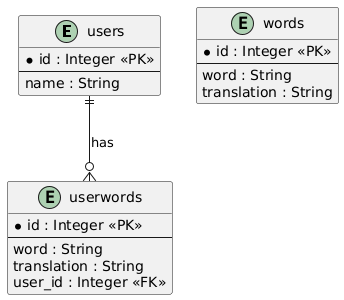
Neugodnikova/TGBOT_Learn_English keeps this PlantUML diagram as ERD.png. Above is the earlier version.
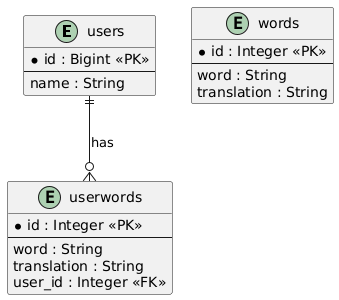
Above is the later version.

Commit message:
Обновлена картинка ERD и изменен файл erd.md

The edit, as a diff of the source:
```diff
@@ -1,6 +1,6 @@
 @startuml
 entity "users" {
-    * id : Integer <<PK>>
+    * id : Bigint <<PK>>
     --
     name : String
 }
```
